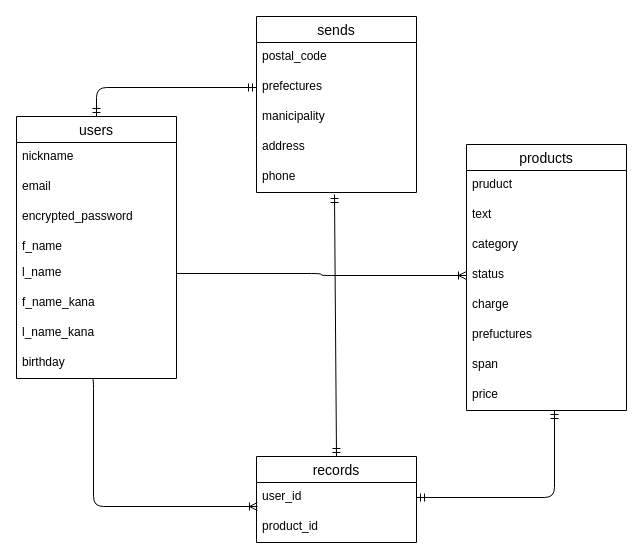
Before: furima.dio in cafeaulate/furima-33837, a draw.io diagram. Source tidied: cells renumbered, new cells numbered last; positions are measured from the earlier drawing's top-left corner, leaving out a move shared by most shapes. Both pictures are drawn from the tidied source at 100%, with x=0, y=0 at pixel (16, 16).
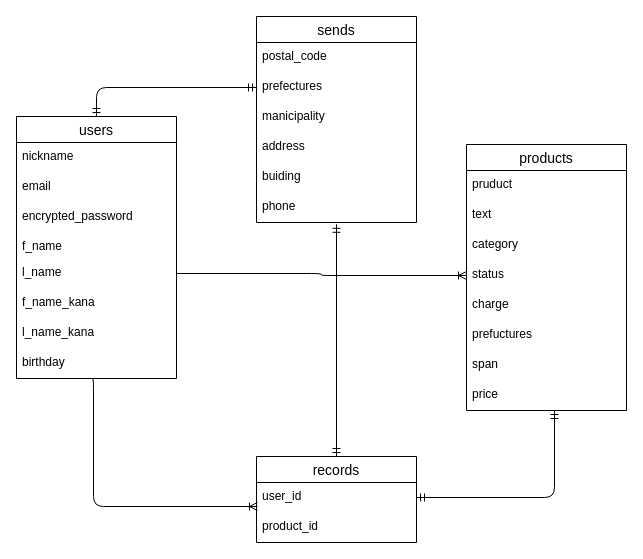
The same diagram, later.

Unchanged cells that the change refers to:
```xml
<mxCell id="11" value="records" style="swimlane;fontStyle=0;horizontal=1;startSize=26;align=center;fontSize=14;" parent="1" vertex="1">
  <mxGeometry x="240" y="440" width="160" height="86" as="geometry" />
</mxCell>
```

What changed in the source:
```diff
@@
     <mxCell id="14" value="sends" style="swimlane;fontStyle=0;horizontal=1;startSize=26;align=center;fontSize=14;" parent="1" vertex="1">
-      <mxGeometry x="240" width="160" height="176" as="geometry" />
+      <mxGeometry x="240" width="160" height="206" as="geometry" />
     </mxCell>
@@
-    <mxCell id="19" value="phone" style="text;strokeColor=none;fillColor=none;spacingLeft=4;spacingRight=4;overflow=hidden;fontSize=12;" parent="14" vertex="1">
+    <mxCell id="19" value="buiding" style="text;strokeColor=none;fillColor=none;spacingLeft=4;spacingRight=4;overflow=hidden;fontSize=12;" parent="14" vertex="1">
       <mxGeometry y="146" width="160" height="30" as="geometry" />
     </mxCell>
+    <mxCell id="34" value="phone" style="text;strokeColor=none;fillColor=none;spacingLeft=4;spacingRight=4;overflow=hidden;points=[[0,0.5],[1,0.5]];portConstraint=eastwest;fontSize=12;" parent="14" vertex="1">
+      <mxGeometry y="176" width="160" height="30" as="geometry" />
+    </mxCell>
@@
-    <mxCell id="33" style="fontSize=12;html=1;endArrow=ERmandOne;startArrow=ERmandOne;exitX=0.5;exitY=0;exitDx=0;exitDy=0;" parent="1" edge="1" source="11">
-      <mxGeometry relative="1" as="geometry">
-        <mxPoint x="318" y="178" as="targetPoint" />
-      </mxGeometry>
+    <mxCell id="33" style="fontSize=12;html=1;endArrow=ERmandOne;startArrow=ERmandOne;exitX=0.5;exitY=0;exitDx=0;exitDy=0;entryX=0.5;entryY=1.06;entryDx=0;entryDy=0;entryPerimeter=0;" parent="1" edge="1" source="11" target="34">
+      <mxGeometry relative="1" as="geometry" />
     </mxCell>
```
